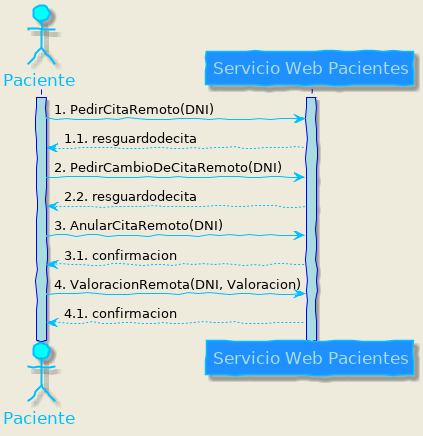
The PlantUML diagram P3/ServicioWebPacientes.png in Ludvins/DGIIM_FIS, before a commit. Its diagram source:
```plantuml
@startuml
!pragma teoz true

skinparam backgroundColor #EEEBDC
skinparam handwritten true

skinparam sequence {
	ArrowColor DeepSkyBlue
	ActorBorderColor DeepSkyBlue
	LifeLineBorderColor blue
	LifeLineBackgroundColor #A9DCDF

	ParticipantBorderColor DeepSkyBlue
	ParticipantBackgroundColor DodgerBlue
	ParticipantFontName Impact
	ParticipantFontSize 17
	ParticipantFontColor #A9DCDF

	ActorBackgroundColor aqua
	ActorFontColor DeepSkyBlue
	ActorFontSize 17
	ActorFontName Aapex
}


actor Paciente as P
participant "Servicio Web Pacientes" as SW

activate P
activate SW

P -> SW : 1. PedirCitaRemoto(DNI)
SW --> P : 1.1. resguardodecita

P -> SW : 2. PedirCambioDeCitaRemoto(DNI)
SW --> P : 2.2. resguardodecita

P -> SW : 3. AnularCitaRemoto(DNI)
SW --> P : 3.1. confirmacion

P -> SW : 4. ValoracionRemota(DNI, Valoracion)
SW --> P : 4.1. confirmacion





@enduml
```
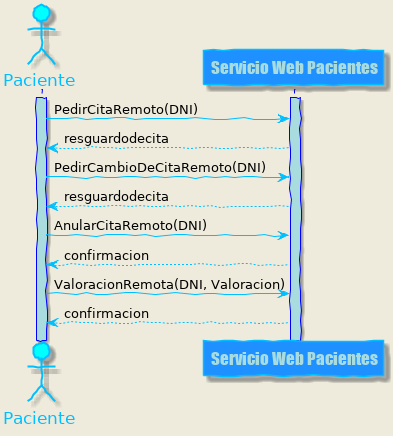
The same file after the commit.

Change to the diagram source:
```diff
@@ -29,17 +29,17 @@
 activate P
 activate SW
 
-P -> SW : 1. PedirCitaRemoto(DNI)
-SW --> P : 1.1. resguardodecita
+P -> SW : PedirCitaRemoto(DNI)
+SW --> P :  resguardodecita
 
-P -> SW : 2. PedirCambioDeCitaRemoto(DNI)
-SW --> P : 2.2. resguardodecita
+P -> SW :  PedirCambioDeCitaRemoto(DNI)
+SW --> P :  resguardodecita
 
-P -> SW : 3. AnularCitaRemoto(DNI)
-SW --> P : 3.1. confirmacion
+P -> SW : AnularCitaRemoto(DNI)
+SW --> P :  confirmacion
 
-P -> SW : 4. ValoracionRemota(DNI, Valoracion)
-SW --> P : 4.1. confirmacion
+P -> SW :  ValoracionRemota(DNI, Valoracion)
+SW --> P :  confirmacion
 
 
 
```
